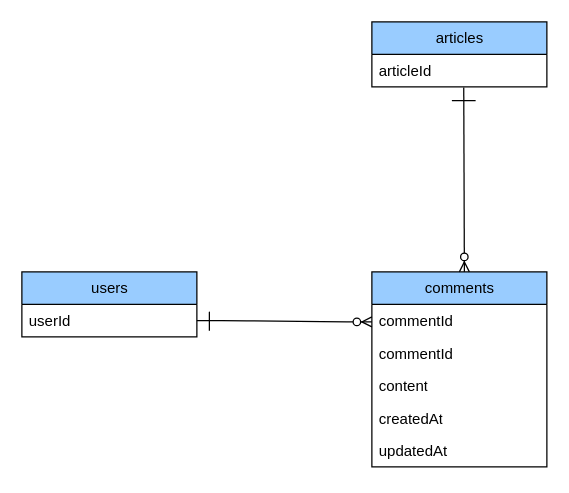
This is docs/api/ERD.drawio from twk-n03/backend_tutorial_base, a draw.io file, before an edit. Source tidied: cells renumbered, new cells numbered last; positions are measured from the earlier drawing's top-left corner, leaving out a move shared by most shapes. Both pictures are drawn from the tidied source at 125%, with x=0, y=0 at pixel (21, 21).
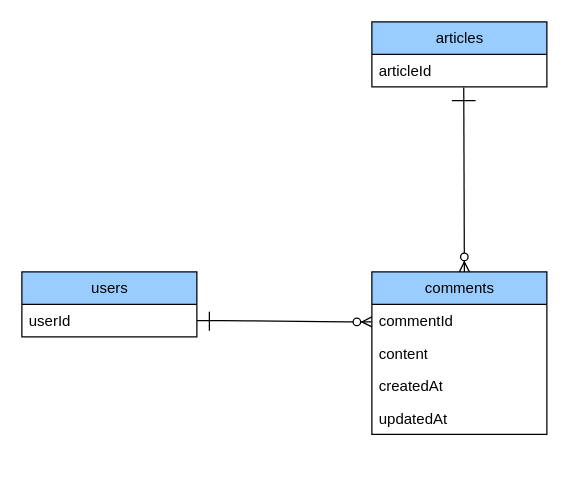
After the change.

What changed in the source:
```diff
@@
     <mxCell id="2" value="comments" style="swimlane;fontStyle=0;horizontal=1;startSize=26;fillColor=#99CCFF;html=1;" parent="1" vertex="1">
-      <mxGeometry x="280" y="200" width="140" height="156" as="geometry" />
+      <mxGeometry x="280" y="200" width="140" height="130" as="geometry" />
     </mxCell>
@@
-    <mxCell id="4" value="commentId" style="text;strokeColor=none;fillColor=none;align=left;verticalAlign=top;spacingLeft=4;spacingRight=4;overflow=hidden;whiteSpace=wrap;html=1;" parent="2" vertex="1">
-      <mxGeometry y="52" width="140" height="26" as="geometry" />
-    </mxCell>
     <mxCell id="5" value="content" style="text;strokeColor=none;fillColor=none;align=left;verticalAlign=top;spacingLeft=4;spacingRight=4;overflow=hidden;whiteSpace=wrap;html=1;" parent="2" vertex="1">
-      <mxGeometry y="78" width="140" height="26" as="geometry" />
+      <mxGeometry y="52" width="140" height="26" as="geometry" />
     </mxCell>
     <mxCell id="6" value="createdAt" style="text;strokeColor=none;fillColor=none;align=left;verticalAlign=top;spacingLeft=4;spacingRight=4;overflow=hidden;whiteSpace=wrap;html=1;" parent="2" vertex="1">
-      <mxGeometry y="104" width="140" height="26" as="geometry" />
+      <mxGeometry y="78" width="140" height="26" as="geometry" />
     </mxCell>
     <mxCell id="7" value="updatedAt" style="text;strokeColor=none;fillColor=none;align=left;verticalAlign=top;spacingLeft=4;spacingRight=4;overflow=hidden;whiteSpace=wrap;html=1;" parent="2" vertex="1">
-      <mxGeometry y="130" width="140" height="26" as="geometry" />
+      <mxGeometry y="104" width="140" height="26" as="geometry" />
     </mxCell>
```
